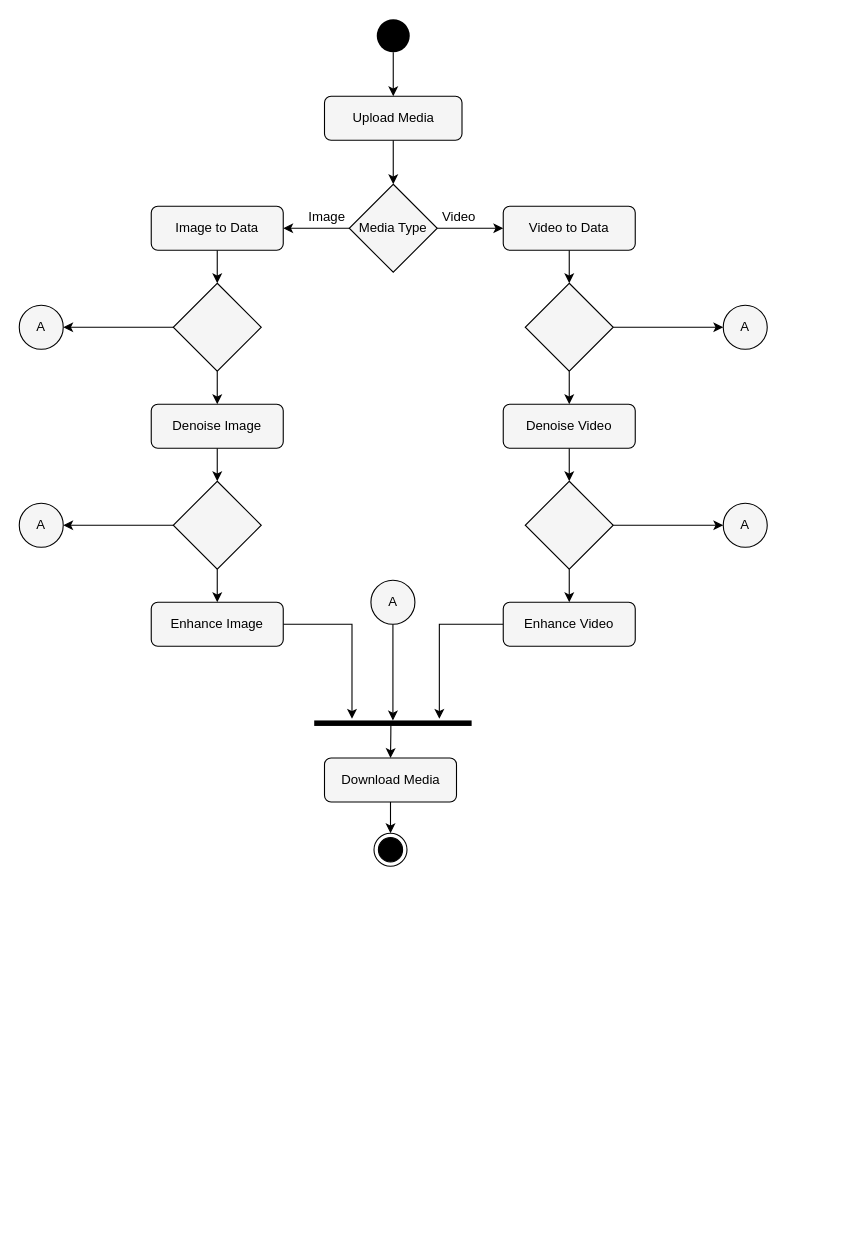
MrMoon/Vision keeps this draw.io diagram as Models/Drawing/ActivityDiagram.drawio. Above is the earlier version. Source tidied: cells renumbered, new cells numbered last; positions are measured from the earlier drawing's top-left corner, leaving out a move shared by most shapes. Both pictures are drawn from the tidied source at 110%, with x=0, y=0 at pixel (19, 19).
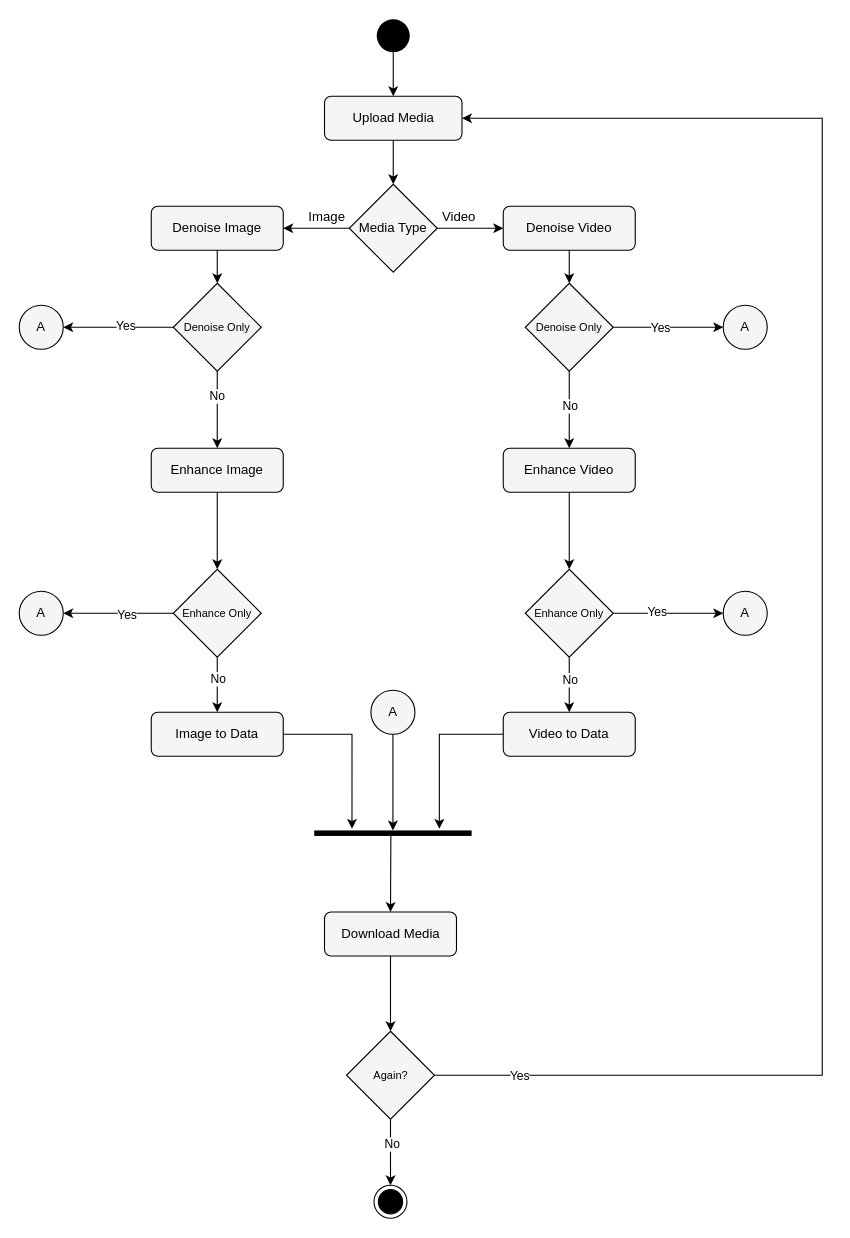
After the change.

Unchanged cells that the change refers to:
```xml
<mxCell id="3" value="Upload Media" style="rounded=1;whiteSpace=wrap;html=1;fillColor=#F5F5F5;" parent="1" vertex="1">
  <mxGeometry x="277.5" y="70" width="125" height="40" as="geometry" />
</mxCell>
<mxCell id="13" style="edgeStyle=orthogonalEdgeStyle;rounded=0;jettySize=auto;html=1;" parent="1" edge="1" source="15" target="30">
  <mxGeometry relative="1" as="geometry" />
</mxCell>
<mxCell id="14" style="edgeStyle=orthogonalEdgeStyle;rounded=0;jettySize=auto;html=1;" parent="1" edge="1" source="15" target="19">
  <mxGeometry relative="1" as="geometry" />
</mxCell>
<mxCell id="16" style="edgeStyle=orthogonalEdgeStyle;rounded=0;jettySize=auto;html=1;" parent="1" edge="1" source="18" target="20">
  <mxGeometry relative="1" as="geometry" />
</mxCell>
<mxCell id="17" style="edgeStyle=orthogonalEdgeStyle;rounded=0;jettySize=auto;html=1;" parent="1" edge="1" source="18" target="32">
  <mxGeometry relative="1" as="geometry" />
</mxCell>
<mxCell id="21" style="edgeStyle=orthogonalEdgeStyle;rounded=0;jettySize=auto;html=1;" parent="1" edge="1" source="23" target="24">
  <mxGeometry relative="1" as="geometry" />
</mxCell>
<mxCell id="22" style="edgeStyle=orthogonalEdgeStyle;rounded=0;jettySize=auto;html=1;" parent="1" edge="1" source="23" target="34">
  <mxGeometry relative="1" as="geometry" />
</mxCell>
<mxCell id="25" style="edgeStyle=orthogonalEdgeStyle;rounded=0;jettySize=auto;html=1;" parent="1" edge="1" source="27" target="28">
  <mxGeometry relative="1" as="geometry" />
</mxCell>
<mxCell id="26" style="edgeStyle=orthogonalEdgeStyle;rounded=0;jettySize=auto;html=1;" parent="1" edge="1" source="27" target="36">
  <mxGeometry relative="1" as="geometry" />
</mxCell>
```

What changed in the source:
```diff
@@
-    <mxCell id="8" value="Video to Data" style="rounded=1;whiteSpace=wrap;html=1;fillColor=#F5F5F5;" parent="1" vertex="1">
+    <mxCell id="8" value="Denoise Video" style="rounded=1;whiteSpace=wrap;html=1;fillColor=#F5F5F5;" parent="1" vertex="1">
       <mxGeometry x="440" y="170" width="120" height="40" as="geometry" />
     </mxCell>
@@
-    <mxCell id="10" value="Image to Data" style="rounded=1;whiteSpace=wrap;html=1;fillColor=#F5F5F5;" parent="1" vertex="1">
+    <mxCell id="10" value="Denoise Image" style="rounded=1;whiteSpace=wrap;html=1;fillColor=#F5F5F5;" parent="1" vertex="1">
       <mxGeometry x="120" y="170" width="120" height="40" as="geometry" />
     </mxCell>
@@
+    <mxCell id="46" value="No" style="edgeLabel;html=1;align=center;verticalAlign=middle;" parent="13" vertex="1">
+      <mxGeometry x="-0.12" relative="1" as="geometry" />
+    </mxCell>
@@
+    <mxCell id="47" value="Yes" style="edgeLabel;html=1;align=center;verticalAlign=middle;" parent="14" vertex="1">
+      <mxGeometry x="-0.17" relative="1" as="geometry" />
+    </mxCell>
-    <mxCell id="15" style="rhombus;whiteSpace=wrap;html=1;fillColor=#F5F5F5;" parent="1" vertex="1">
+    <mxCell id="15" value="&lt;font style=&quot;font-size: 10px&quot;&gt;Denoise Only&lt;/font&gt;" style="rhombus;whiteSpace=wrap;html=1;fillColor=#F5F5F5;" parent="1" vertex="1">
       <mxGeometry x="460" y="240" width="80" height="80" as="geometry" />
     </mxCell>
@@
+    <mxCell id="48" value="Yes" style="edgeLabel;html=1;align=center;verticalAlign=middle;" parent="16" vertex="1">
+      <mxGeometry x="-0.12" y="-2" relative="1" as="geometry" />
+    </mxCell>
@@
+    <mxCell id="49" value="No" style="edgeLabel;html=1;align=center;verticalAlign=middle;" parent="17" vertex="1">
+      <mxGeometry x="-0.36" y="-1" relative="1" as="geometry" />
+    </mxCell>
-    <mxCell id="18" style="rhombus;whiteSpace=wrap;html=1;fillColor=#F5F5F5;" parent="1" vertex="1">
+    <mxCell id="18" value="&lt;span&gt;&lt;font style=&quot;font-size: 10px&quot;&gt;Denoise Only&lt;/font&gt;&lt;/span&gt;" style="rhombus;whiteSpace=wrap;html=1;fillColor=#F5F5F5;" parent="1" vertex="1">
       <mxGeometry x="140" y="240" width="80" height="80" as="geometry" />
     </mxCell>
@@
+    <mxCell id="50" value="Yes" style="edgeLabel;html=1;align=center;verticalAlign=middle;" parent="21" vertex="1">
+      <mxGeometry x="-0.22" y="2" relative="1" as="geometry" />
+    </mxCell>
@@
+    <mxCell id="51" value="No" style="edgeLabel;html=1;align=center;verticalAlign=middle;" parent="22" vertex="1">
+      <mxGeometry x="0.21" relative="1" as="geometry">
+        <mxPoint y="-10" as="offset" />
+      </mxGeometry>
+    </mxCell>
-    <mxCell id="23" style="rhombus;whiteSpace=wrap;html=1;fillColor=#F5F5F5;" parent="1" vertex="1">
-      <mxGeometry x="460" y="420" width="80" height="80" as="geometry" />
+    <mxCell id="23" value="&lt;font style=&quot;font-size: 10px&quot;&gt;Enhance Only&lt;/font&gt;" style="rhombus;whiteSpace=wrap;html=1;fillColor=#F5F5F5;" parent="1" vertex="1">
+      <mxGeometry x="460" y="500" width="80" height="80" as="geometry" />
     </mxCell>
     <mxCell id="24" value="A" style="ellipse;whiteSpace=wrap;html=1;fillColor=#F5F5F5;" parent="1" vertex="1">
-      <mxGeometry x="640" y="440" width="40" height="40" as="geometry" />
+      <mxGeometry x="640" y="520" width="40" height="40" as="geometry" />
     </mxCell>
@@
+    <mxCell id="52" value="Yes" style="edgeLabel;html=1;align=center;verticalAlign=middle;" parent="25" vertex="1">
+      <mxGeometry x="-0.14" y="1" relative="1" as="geometry" />
+    </mxCell>
@@
+    <mxCell id="53" value="No" style="edgeLabel;html=1;align=center;verticalAlign=middle;" parent="26" vertex="1">
+      <mxGeometry x="-0.34" relative="1" as="geometry">
+        <mxPoint y="3.3" as="offset" />
+      </mxGeometry>
+    </mxCell>
-    <mxCell id="27" style="rhombus;whiteSpace=wrap;html=1;fillColor=#F5F5F5;" parent="1" vertex="1">
-      <mxGeometry x="140" y="420" width="80" height="80" as="geometry" />
+    <mxCell id="27" value="&lt;span&gt;&lt;font style=&quot;font-size: 10px&quot;&gt;Enhance Only&lt;/font&gt;&lt;/span&gt;" style="rhombus;whiteSpace=wrap;html=1;fillColor=#F5F5F5;" parent="1" vertex="1">
+      <mxGeometry x="140" y="500" width="80" height="80" as="geometry" />
     </mxCell>
     <mxCell id="28" value="A" style="ellipse;whiteSpace=wrap;html=1;fillColor=#F5F5F5;" parent="1" vertex="1">
-      <mxGeometry y="440" width="40" height="40" as="geometry" />
+      <mxGeometry y="520" width="40" height="40" as="geometry" />
     </mxCell>
@@
-    <mxCell id="30" value="Denoise Video" style="rounded=1;whiteSpace=wrap;html=1;fillColor=#F5F5F5;" parent="1" vertex="1">
-      <mxGeometry x="440" y="350" width="120" height="40" as="geometry" />
+    <mxCell id="30" value="Enhance Video" style="rounded=1;whiteSpace=wrap;html=1;fillColor=#F5F5F5;" parent="1" vertex="1">
+      <mxGeometry x="440" y="390" width="120" height="40" as="geometry" />
     </mxCell>
@@
-    <mxCell id="32" value="Denoise Image" style="rounded=1;whiteSpace=wrap;html=1;fillColor=#F5F5F5;" parent="1" vertex="1">
-      <mxGeometry x="120" y="350" width="120" height="40" as="geometry" />
+    <mxCell id="32" value="Enhance Image" style="rounded=1;whiteSpace=wrap;html=1;fillColor=#F5F5F5;" parent="1" vertex="1">
+      <mxGeometry x="120" y="390" width="120" height="40" as="geometry" />
     </mxCell>
@@
-    <mxCell id="34" value="Enhance Video" style="rounded=1;whiteSpace=wrap;html=1;fillColor=#F5F5F5;" parent="1" vertex="1">
-      <mxGeometry x="440" y="530" width="120" height="40" as="geometry" />
+    <mxCell id="34" value="Video to Data" style="rounded=1;whiteSpace=wrap;html=1;fillColor=#F5F5F5;" parent="1" vertex="1">
+      <mxGeometry x="440" y="630" width="120" height="40" as="geometry" />
     </mxCell>
@@
-    <mxCell id="36" value="Enhance Image" style="rounded=1;whiteSpace=wrap;html=1;fillColor=#F5F5F5;" parent="1" vertex="1">
-      <mxGeometry x="120" y="530" width="120" height="40" as="geometry" />
+    <mxCell id="36" value="Image to Data" style="rounded=1;whiteSpace=wrap;html=1;fillColor=#F5F5F5;" parent="1" vertex="1">
+      <mxGeometry x="120" y="630" width="120" height="40" as="geometry" />
     </mxCell>
     <mxCell id="37" style="edgeStyle=orthogonalEdgeStyle;rounded=0;jettySize=auto;html=1;fillColor=#000000;entryX=0.5;entryY=0;entryDx=0;entryDy=0;exitX=0.873;exitY=0.513;exitDx=0;exitDy=0;exitPerimeter=0;" parent="1" edge="1" source="38" target="45">
       <mxGeometry relative="1" as="geometry">
         <Array as="points">
-          <mxPoint x="338" y="650" />
-          <mxPoint x="338" y="650" />
+          <mxPoint x="338" y="750" />
+          <mxPoint x="338" y="750" />
         </Array>
       </mxGeometry>
     </mxCell>
     <mxCell id="38" style="html=1;points=[];perimeter=orthogonalPerimeter;fillColor=#000000;strokeColor=none;rotation=90;" parent="1" vertex="1">
-      <mxGeometry x="337.2" y="568.4" width="5" height="143.1" as="geometry" />
+      <mxGeometry x="337.2" y="668.4" width="5" height="143.1" as="geometry" />
     </mxCell>
@@
     <mxCell id="40" value="A" style="ellipse;whiteSpace=wrap;html=1;fillColor=#F5F5F5;" parent="1" vertex="1">
-      <mxGeometry x="319.7" y="510" width="40" height="40" as="geometry" />
+      <mxGeometry x="319.7" y="610" width="40" height="40" as="geometry" />
     </mxCell>
@@
     <mxCell id="43" style="ellipse;html=1;shape=endState;fillColor=#000000;strokeColor=#000000;" parent="1" vertex="1">
-      <mxGeometry x="322.5" y="740" width="30" height="30" as="geometry" />
+      <mxGeometry x="322.5" y="1060" width="30" height="30" as="geometry" />
     </mxCell>
-    <mxCell id="44" style="edgeStyle=orthogonalEdgeStyle;rounded=0;jettySize=auto;html=1;fillColor=#000000;" parent="1" edge="1" source="45" target="43">
-      <mxGeometry relative="1" as="geometry" />
-    </mxCell>
+    <mxCell id="54" style="edgeStyle=orthogonalEdgeStyle;rounded=0;jettySize=auto;html=1;exitX=0.5;exitY=1;exitDx=0;exitDy=0;entryX=0.5;entryY=0;entryDx=0;entryDy=0;fillColor=#000000;" parent="1" edge="1" source="45" target="59">
+      <mxGeometry relative="1" as="geometry" />
+    </mxCell>
     <mxCell id="45" value="Download Media" style="rounded=1;whiteSpace=wrap;html=1;fillColor=#F5F5F5;" parent="1" vertex="1">
-      <mxGeometry x="277.5" y="671.6" width="120" height="40" as="geometry" />
+      <mxGeometry x="277.5" y="811.6" width="120" height="40" as="geometry" />
     </mxCell>
+    <mxCell id="55" style="edgeStyle=orthogonalEdgeStyle;rounded=0;jettySize=auto;html=1;exitX=0.5;exitY=1;exitDx=0;exitDy=0;entryX=0.5;entryY=0;entryDx=0;entryDy=0;fillColor=#000000;" parent="1" edge="1" source="59" target="43">
+      <mxGeometry relative="1" as="geometry" />
+    </mxCell>
+    <mxCell id="56" value="No" style="edgeLabel;html=1;align=center;verticalAlign=middle;" parent="55" vertex="1">
+      <mxGeometry x="-0.26" y="1" relative="1" as="geometry" />
+    </mxCell>
+    <mxCell id="57" style="edgeStyle=orthogonalEdgeStyle;rounded=0;jettySize=auto;html=1;exitX=1;exitY=0.5;exitDx=0;exitDy=0;entryX=1;entryY=0.5;entryDx=0;entryDy=0;fillColor=#000000;" parent="1" edge="1" source="59" target="3">
+      <mxGeometry relative="1" as="geometry">
+        <Array as="points">
+          <mxPoint x="730" y="960" />
+          <mxPoint x="730" y="90" />
+        </Array>
+      </mxGeometry>
+    </mxCell>
+    <mxCell id="58" value="Yes" style="edgeLabel;html=1;align=center;verticalAlign=middle;" parent="57" vertex="1">
+      <mxGeometry x="-0.9" relative="1" as="geometry" />
+    </mxCell>
+    <mxCell id="59" value="&lt;font style=&quot;font-size: 10px&quot;&gt;Again?&lt;/font&gt;" style="rhombus;whiteSpace=wrap;html=1;fillColor=#F5F5F5;" parent="1" vertex="1">
+      <mxGeometry x="297.5" y="920" width="80" height="80" as="geometry" />
+    </mxCell>
```
